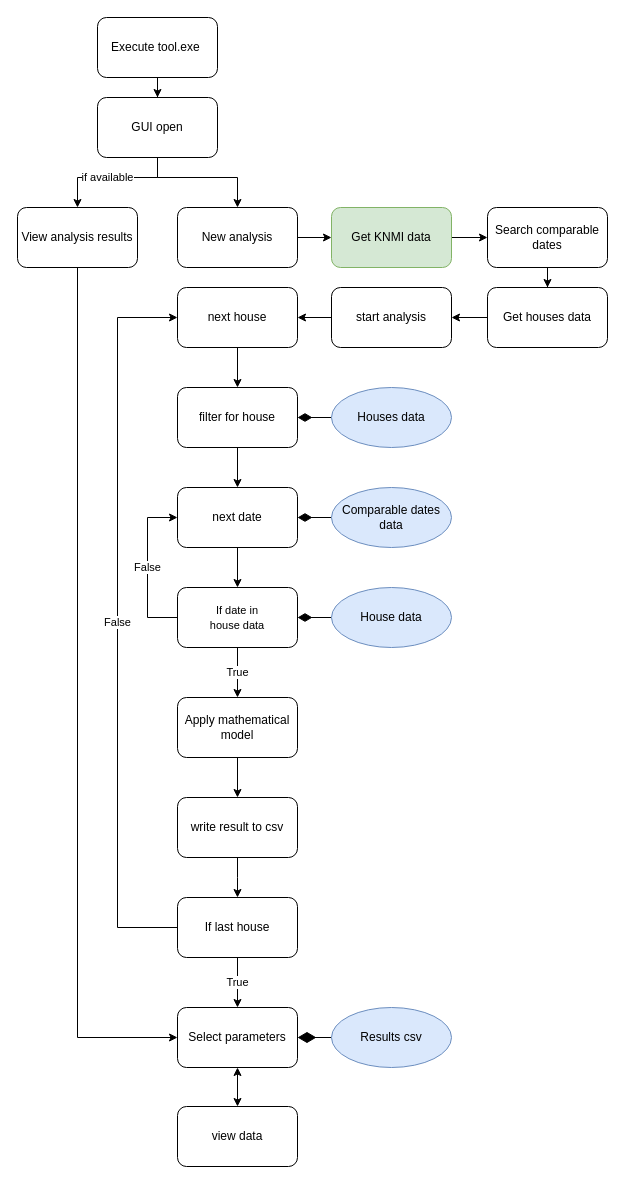
Above: tool flowchart.drawio in Luko-14/tool (draw.io), before the change. Source tidied: cells renumbered, new cells numbered last; positions are measured from the earlier drawing's top-left corner, leaving out a move shared by most shapes. Both pictures are drawn from the tidied source at 100%, with x=0, y=0 at pixel (17, 17).
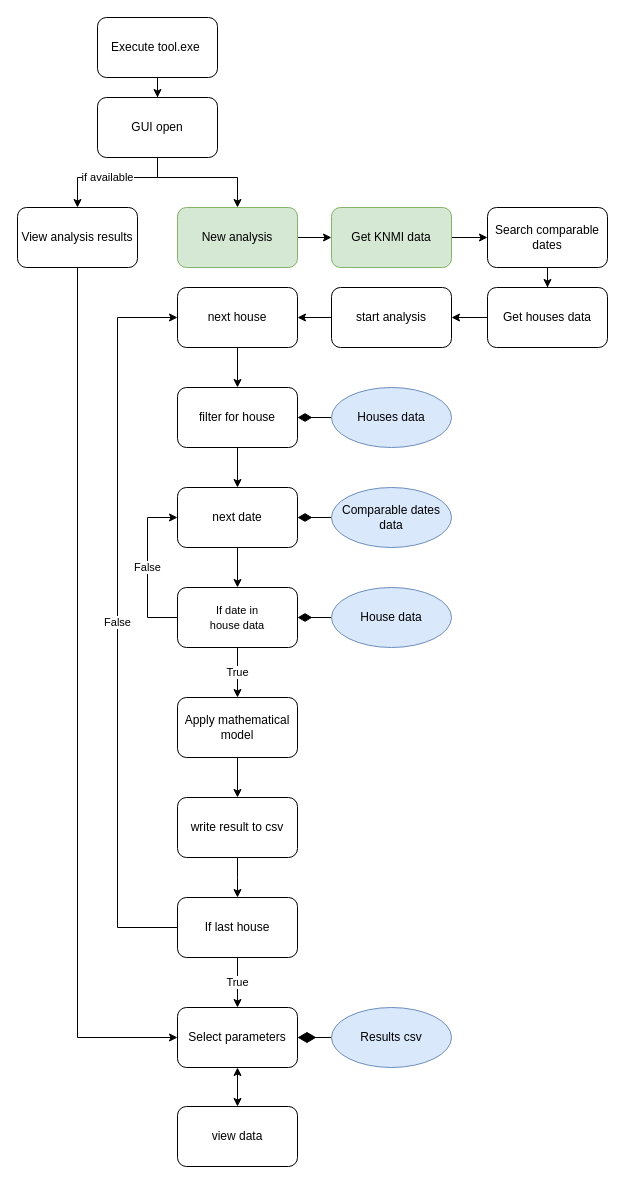
The same page after the edit.

The edit, as a diff of the source:
```diff
@@
-    <mxCell id="15" value="New analysis" style="rounded=1;whiteSpace=wrap;html=1;" parent="1" vertex="1">
+    <mxCell id="15" value="New analysis" style="rounded=1;whiteSpace=wrap;html=1;fillColor=#d5e8d4;strokeColor=#82b366;" parent="1" vertex="1">
       <mxGeometry x="160" y="190" width="120" height="60" as="geometry" />
     </mxCell>
```
